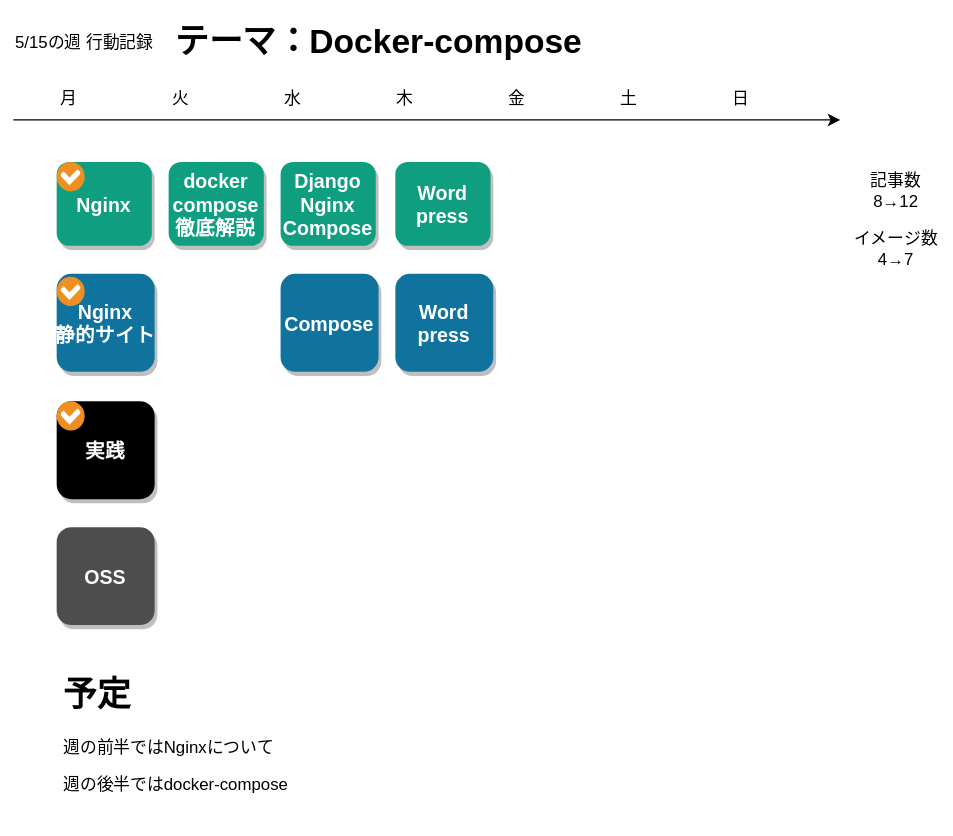
This is 人生設計-20230515.drawio.svg from minegishirei/draw_v1, a draw.io export, as it was before one commit. Source tidied: cells renumbered, new cells last; positions are measured from the earlier drawing's top-left corner, leaving out a move shared by most shapes.
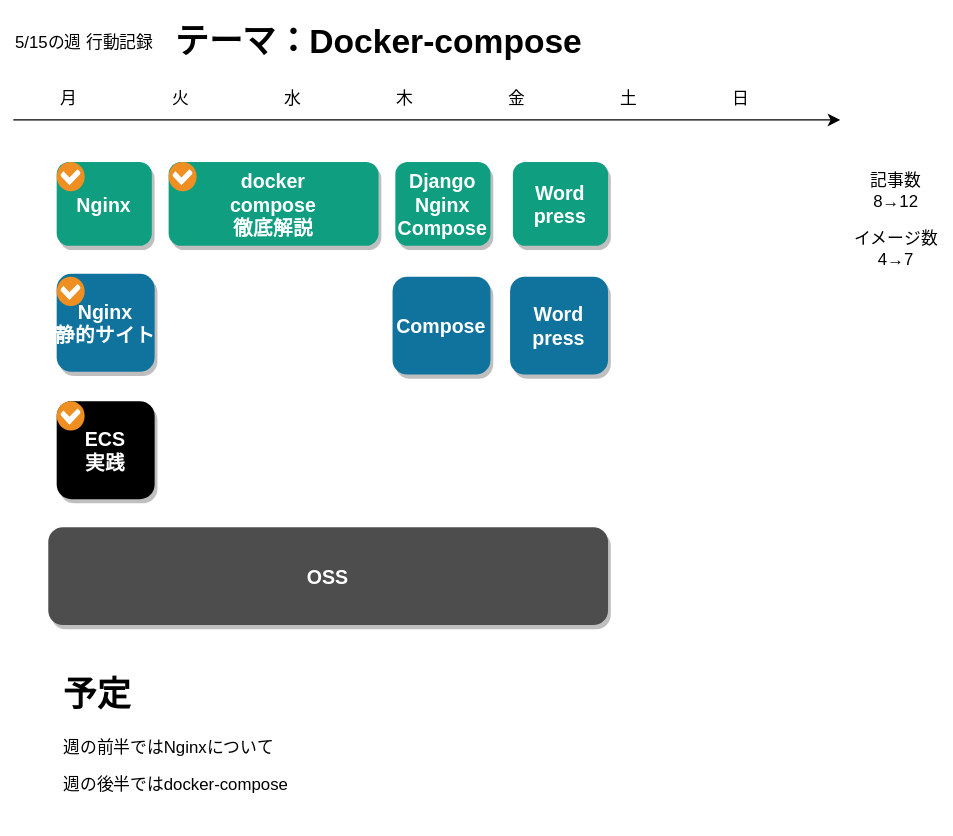
After the change.

Commit message:
人生設計-20230515.drawio.svg を追加しました。

Change to the diagram source:
```diff
@@ -33,15 +33,15 @@
       </mxGeometry>
     </mxCell>
     <mxCell id="11" value="docker&#10;compose&#10;徹底解説" style="rounded=1;fillColor=#109e81;strokeColor=none;shadow=1;gradientColor=none;fontStyle=1;fontColor=#FFFFFF;fontSize=14;" parent="1" vertex="1">
-      <mxGeometry x="120" y="105" width="68" height="60" as="geometry" />
+      <mxGeometry x="120" y="105" width="150" height="60" as="geometry" />
     </mxCell>
     <mxCell id="12" value="Nginx&#10;静的サイト" style="rounded=1;fillColor=#10739E;strokeColor=none;shadow=1;gradientColor=none;fontStyle=1;fontColor=#FFFFFF;fontSize=14;" parent="1" vertex="1">
       <mxGeometry x="40" y="185" width="70" height="70" as="geometry" />
     </mxCell>
     <mxCell id="13" value="Django&#10;Nginx&#10;Compose" style="rounded=1;fillColor=#109e81;strokeColor=none;shadow=1;gradientColor=none;fontStyle=1;fontColor=#FFFFFF;fontSize=14;" parent="1" vertex="1">
-      <mxGeometry x="200" y="105" width="68" height="60" as="geometry" />
+      <mxGeometry x="282" y="105" width="68" height="60" as="geometry" />
     </mxCell>
-    <mxCell id="14" value="実践" style="rounded=1;fillColor=#000000;strokeColor=none;shadow=1;gradientColor=none;fontStyle=1;fontColor=#FFFFFF;fontSize=14;" parent="1" vertex="1">
+    <mxCell id="14" value="ECS&#10;実践" style="rounded=1;fillColor=#000000;strokeColor=none;shadow=1;gradientColor=none;fontStyle=1;fontColor=#FFFFFF;fontSize=14;" parent="1" vertex="1">
       <mxGeometry x="40" y="276" width="70" height="70" as="geometry" />
     </mxCell>
     <mxCell id="15" value="5/15の週 行動記録" style="text;html=1;strokeColor=none;fillColor=none;align=center;verticalAlign=middle;whiteSpace=wrap;rounded=0;" parent="1" vertex="1">
@@ -54,13 +54,13 @@
       <mxGeometry x="120" width="480" height="40" as="geometry" />
     </mxCell>
     <mxCell id="18" value="Compose" style="rounded=1;fillColor=#10739E;strokeColor=none;shadow=1;gradientColor=none;fontStyle=1;fontColor=#FFFFFF;fontSize=14;" parent="1" vertex="1">
-      <mxGeometry x="200" y="185" width="70" height="70" as="geometry" />
+      <mxGeometry x="280" y="187" width="70" height="70" as="geometry" />
     </mxCell>
     <mxCell id="19" value="Word&#10;press" style="rounded=1;fillColor=#109e81;strokeColor=none;shadow=1;gradientColor=none;fontStyle=1;fontColor=#FFFFFF;fontSize=14;" parent="1" vertex="1">
-      <mxGeometry x="282" y="105" width="68" height="60" as="geometry" />
+      <mxGeometry x="366" y="105" width="68" height="60" as="geometry" />
     </mxCell>
     <mxCell id="20" value="Word&#10;press" style="rounded=1;fillColor=#10739E;strokeColor=none;shadow=1;gradientColor=none;fontStyle=1;fontColor=#FFFFFF;fontSize=14;" parent="1" vertex="1">
-      <mxGeometry x="282" y="185" width="70" height="70" as="geometry" />
+      <mxGeometry x="364" y="187" width="70" height="70" as="geometry" />
     </mxCell>
     <mxCell id="21" value="記事数&lt;br&gt;8→12" style="text;html=1;strokeColor=none;fillColor=none;align=center;verticalAlign=middle;whiteSpace=wrap;rounded=0;" parent="1" vertex="1">
       <mxGeometry x="600" y="105" width="80" height="41" as="geometry" />
@@ -75,10 +75,13 @@
       <mxGeometry x="40" y="187" width="20" height="21" as="geometry" />
     </mxCell>
     <mxCell id="25" value="OSS" style="rounded=1;fillColor=#4D4D4D;strokeColor=none;shadow=1;gradientColor=none;fontStyle=1;fontColor=#FFFFFF;fontSize=14;" parent="1" vertex="1">
-      <mxGeometry x="40" y="366" width="70" height="70" as="geometry" />
+      <mxGeometry x="34" y="366" width="400" height="70" as="geometry" />
     </mxCell>
     <mxCell id="26" style="shadow=0;dashed=0;html=1;strokeColor=none;fillColor=#EF8F21;labelPosition=center;verticalLabelPosition=bottom;verticalAlign=top;align=center;shape=mxgraph.veeam.checked;" parent="1" vertex="1">
       <mxGeometry x="40" y="276" width="20" height="21" as="geometry" />
     </mxCell>
+    <mxCell id="27" style="shadow=0;dashed=0;html=1;strokeColor=none;fillColor=#EF8F21;labelPosition=center;verticalLabelPosition=bottom;verticalAlign=top;align=center;shape=mxgraph.veeam.checked;" parent="1" vertex="1">
+      <mxGeometry x="120" y="105" width="20" height="21" as="geometry" />
+    </mxCell>
   </root>
 </mxGraphModel>
```
